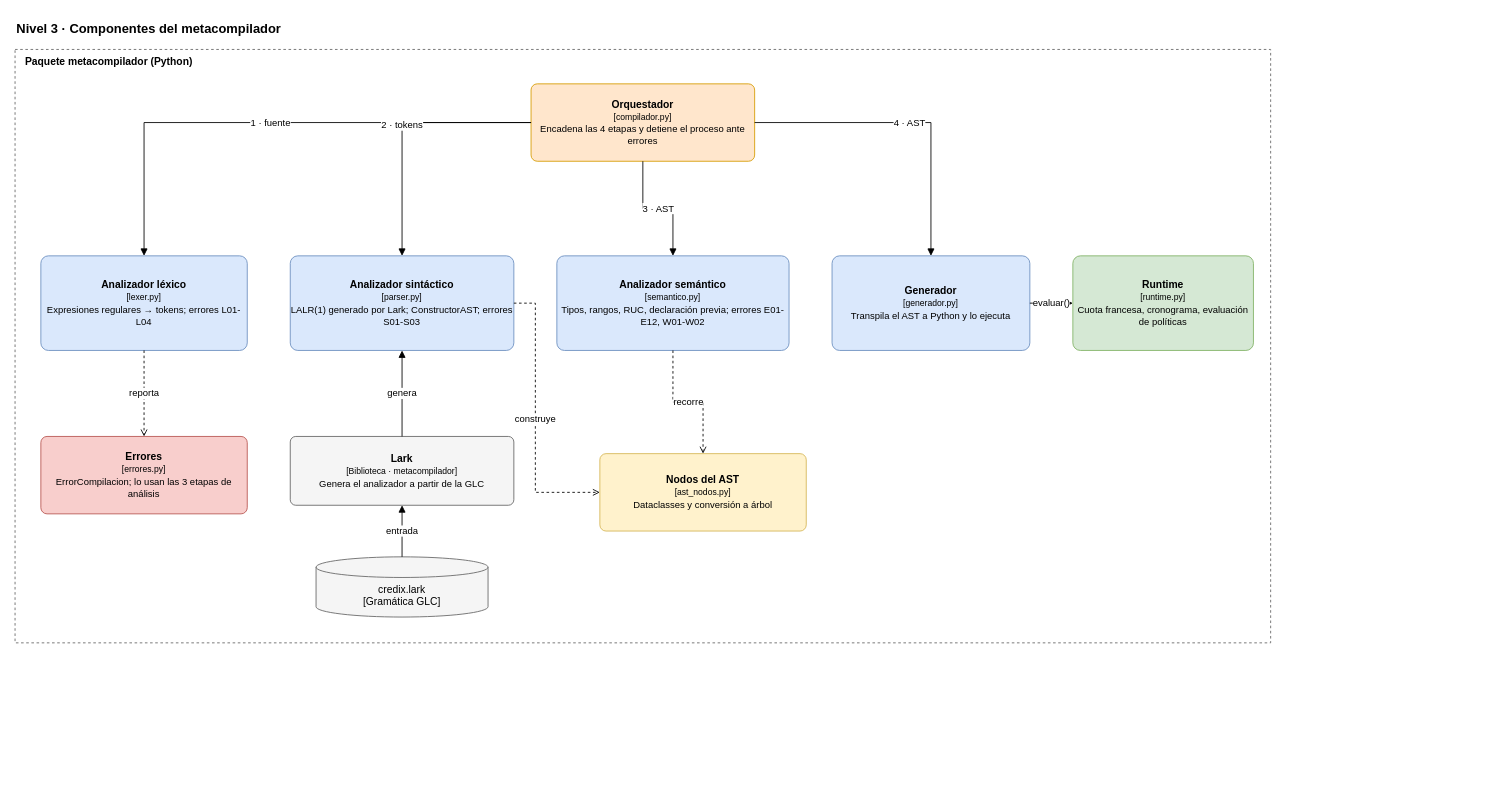
Above: docs/diagramas/arquitectura_n3_componentes.drawio in straytg/S14_ACT_COMPILADORES (draw.io), before the change. Source tidied: cells renumbered, new cells numbered last; positions are measured from the earlier drawing's top-left corner, leaving out a move shared by most shapes. Both pictures are drawn from the tidied source at 86%, with x=0, y=0 at pixel (15, 15).
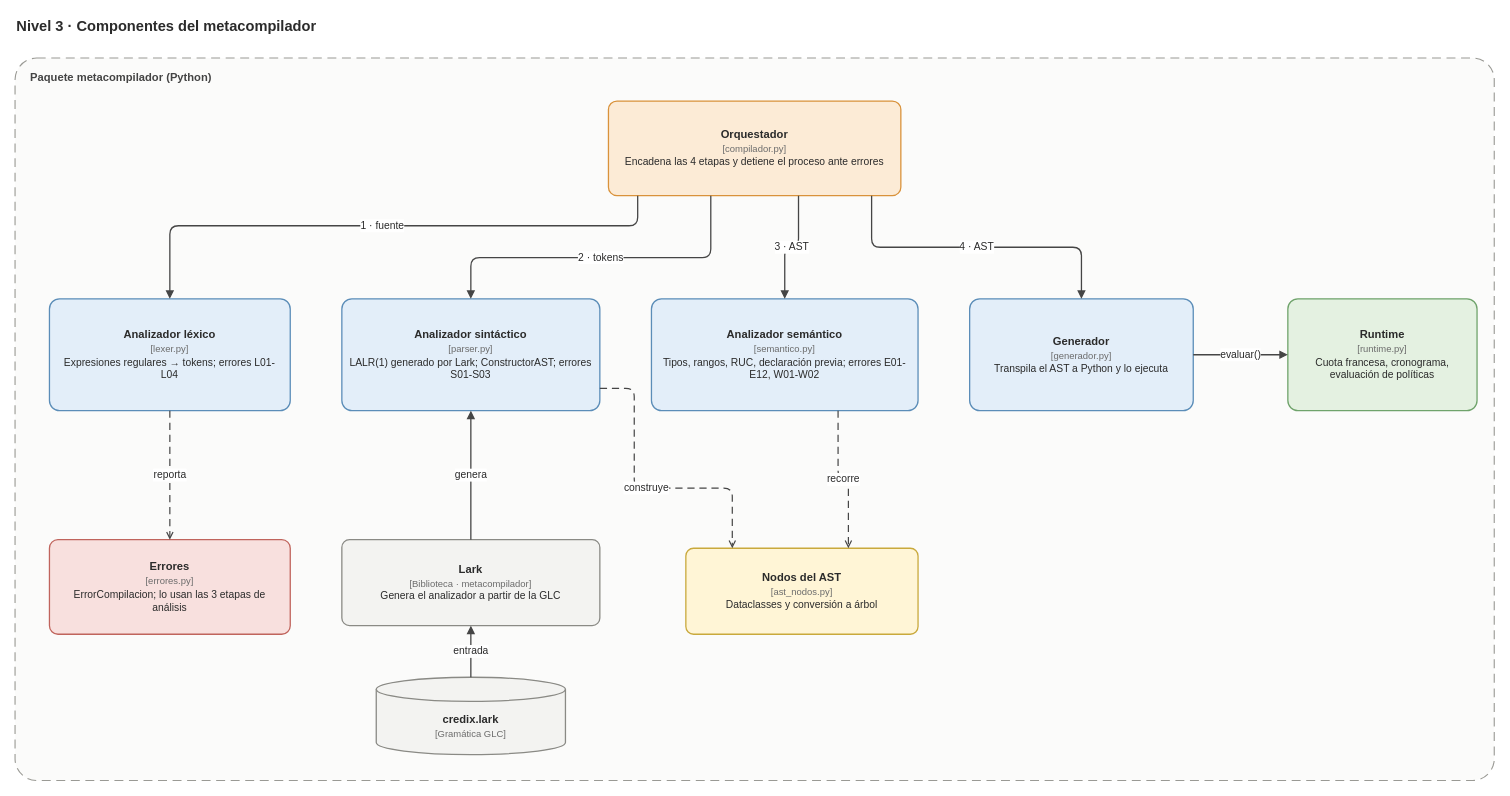
After the change.

The edit, as a diff of the source:
```diff
@@
-    <mxCell id="2" value="Nivel 3 · Componentes del metacompilador" style="whiteSpace=wrap;html=1;fontFamily=Helvetica;fontSize=12;text;strokeColor=none;fillColor=none;align=left;verticalAlign=top;fontStyle=1;fontSize=15;" parent="1" vertex="1">
-      <mxGeometry width="800" height="26" as="geometry" />
+    <mxCell id="2" value="Nivel 3 · Componentes del metacompilador" style="text;html=1;strokeColor=none;fillColor=none;align=left;verticalAlign=middle;whiteSpace=wrap;fontFamily=Helvetica;fontColor=#2b2b2b;fontStyle=1;fontSize=17;" parent="1" vertex="1">
+      <mxGeometry width="1000" height="28" as="geometry" />
     </mxCell>
-    <mxCell id="3" value="Paquete metacompilador (Python)" style="whiteSpace=wrap;html=1;fontFamily=Helvetica;fontSize=12;rounded=0;dashed=1;fillColor=none;strokeColor=#666666;verticalAlign=top;align=left;spacingLeft=10;fontStyle=1;" parent="1" vertex="1">
-      <mxGeometry y="40" width="1460" height="690" as="geometry" />
+    <mxCell id="3" value="Paquete metacompilador (Python)" style="rounded=1;arcSize=3;dashed=1;dashPattern=8 5;strokeWidth=1.3;fillColor=#FBFBFA;strokeColor=#9a9a95;verticalAlign=top;align=left;spacingLeft=16;spacingTop=8;fontStyle=1;fontSize=13;html=1;fontFamily=Helvetica;fontColor=#444444;" parent="1" vertex="1">
+      <mxGeometry y="50" width="1720" height="840" as="geometry" />
     </mxCell>
-    <mxCell id="4" value="&lt;b&gt;Orquestador&lt;/b&gt;&lt;br&gt;&lt;font style='font-size:10px'&gt;[compilador.py]&lt;/font&gt;&lt;br&gt;&lt;font style='font-size:11px'&gt;Encadena las 4 etapas y detiene el proceso ante errores&lt;/font&gt;" style="whiteSpace=wrap;html=1;fontFamily=Helvetica;fontSize=12;fillColor=#ffe6cc;strokeColor=#d79b00;rounded=1;arcSize=8;" parent="1" vertex="1">
-      <mxGeometry x="600" y="80" width="260" height="90" as="geometry" />
+    <mxCell id="4" value="&lt;b&gt;Orquestador&lt;/b&gt;&lt;br&gt;&lt;font style='font-size:11px;color:#6b6b6b'&gt;[compilador.py]&lt;/font&gt;&lt;br&gt;&lt;font style='font-size:12px'&gt;Encadena las 4 etapas y detiene el proceso ante errores&lt;/font&gt;" style="rounded=1;arcSize=9;strokeWidth=1.5;html=1;whiteSpace=wrap;fontFamily=Helvetica;fontSize=13;fontColor=#2b2b2b;spacing=10;fillColor=#FCEBD6;strokeColor=#D9923B;" parent="1" vertex="1">
+      <mxGeometry x="690" y="100" width="340" height="110" as="geometry" />
     </mxCell>
-    <mxCell id="5" value="&lt;b&gt;Analizador léxico&lt;/b&gt;&lt;br&gt;&lt;font style='font-size:10px'&gt;[lexer.py]&lt;/font&gt;&lt;br&gt;&lt;font style='font-size:11px'&gt;Expresiones regulares → tokens; errores L01-L04&lt;/font&gt;" style="whiteSpace=wrap;html=1;fontFamily=Helvetica;fontSize=12;fillColor=#dae8fc;strokeColor=#6c8ebf;rounded=1;arcSize=8;" parent="1" vertex="1">
-      <mxGeometry x="30" y="280" width="240" height="110" as="geometry" />
+    <mxCell id="5" value="&lt;b&gt;Analizador léxico&lt;/b&gt;&lt;br&gt;&lt;font style='font-size:11px;color:#6b6b6b'&gt;[lexer.py]&lt;/font&gt;&lt;br&gt;&lt;font style='font-size:12px'&gt;Expresiones regulares → tokens; errores L01-L04&lt;/font&gt;" style="rounded=1;arcSize=9;strokeWidth=1.5;html=1;whiteSpace=wrap;fontFamily=Helvetica;fontSize=13;fontColor=#2b2b2b;spacing=10;fillColor=#E3EEF9;strokeColor=#5B8DB8;" parent="1" vertex="1">
+      <mxGeometry x="40" y="330" width="280" height="130" as="geometry" />
     </mxCell>
-    <mxCell id="6" value="&lt;b&gt;Analizador sintáctico&lt;/b&gt;&lt;br&gt;&lt;font style='font-size:10px'&gt;[parser.py]&lt;/font&gt;&lt;br&gt;&lt;font style='font-size:11px'&gt;LALR(1) generado por Lark; ConstructorAST; errores S01-S03&lt;/font&gt;" style="whiteSpace=wrap;html=1;fontFamily=Helvetica;fontSize=12;fillColor=#dae8fc;strokeColor=#6c8ebf;rounded=1;arcSize=8;" parent="1" vertex="1">
-      <mxGeometry x="320" y="280" width="260" height="110" as="geometry" />
+    <mxCell id="6" value="&lt;b&gt;Analizador sintáctico&lt;/b&gt;&lt;br&gt;&lt;font style='font-size:11px;color:#6b6b6b'&gt;[parser.py]&lt;/font&gt;&lt;br&gt;&lt;font style='font-size:12px'&gt;LALR(1) generado por Lark; ConstructorAST; errores S01-S03&lt;/font&gt;" style="rounded=1;arcSize=9;strokeWidth=1.5;html=1;whiteSpace=wrap;fontFamily=Helvetica;fontSize=13;fontColor=#2b2b2b;spacing=10;fillColor=#E3EEF9;strokeColor=#5B8DB8;" parent="1" vertex="1">
+      <mxGeometry x="380" y="330" width="300" height="130" as="geometry" />
     </mxCell>
-    <mxCell id="7" value="&lt;b&gt;Analizador semántico&lt;/b&gt;&lt;br&gt;&lt;font style='font-size:10px'&gt;[semantico.py]&lt;/font&gt;&lt;br&gt;&lt;font style='font-size:11px'&gt;Tipos, rangos, RUC, declaración previa; errores E01-E12, W01-W02&lt;/font&gt;" style="whiteSpace=wrap;html=1;fontFamily=Helvetica;fontSize=12;fillColor=#dae8fc;strokeColor=#6c8ebf;rounded=1;arcSize=8;" parent="1" vertex="1">
-      <mxGeometry x="630" y="280" width="270" height="110" as="geometry" />
+    <mxCell id="7" value="&lt;b&gt;Analizador semántico&lt;/b&gt;&lt;br&gt;&lt;font style='font-size:11px;color:#6b6b6b'&gt;[semantico.py]&lt;/font&gt;&lt;br&gt;&lt;font style='font-size:12px'&gt;Tipos, rangos, RUC, declaración previa; errores E01-E12, W01-W02&lt;/font&gt;" style="rounded=1;arcSize=9;strokeWidth=1.5;html=1;whiteSpace=wrap;fontFamily=Helvetica;fontSize=13;fontColor=#2b2b2b;spacing=10;fillColor=#E3EEF9;strokeColor=#5B8DB8;" parent="1" vertex="1">
+      <mxGeometry x="740" y="330" width="310" height="130" as="geometry" />
     </mxCell>
-    <mxCell id="8" value="&lt;b&gt;Generador&lt;/b&gt;&lt;br&gt;&lt;font style='font-size:10px'&gt;[generador.py]&lt;/font&gt;&lt;br&gt;&lt;font style='font-size:11px'&gt;Transpila el AST a Python y lo ejecuta&lt;/font&gt;" style="whiteSpace=wrap;html=1;fontFamily=Helvetica;fontSize=12;fillColor=#dae8fc;strokeColor=#6c8ebf;rounded=1;arcSize=8;" parent="1" vertex="1">
-      <mxGeometry x="950" y="280" width="230" height="110" as="geometry" />
+    <mxCell id="8" value="&lt;b&gt;Generador&lt;/b&gt;&lt;br&gt;&lt;font style='font-size:11px;color:#6b6b6b'&gt;[generador.py]&lt;/font&gt;&lt;br&gt;&lt;font style='font-size:12px'&gt;Transpila el AST a Python y lo ejecuta&lt;/font&gt;" style="rounded=1;arcSize=9;strokeWidth=1.5;html=1;whiteSpace=wrap;fontFamily=Helvetica;fontSize=13;fontColor=#2b2b2b;spacing=10;fillColor=#E3EEF9;strokeColor=#5B8DB8;" parent="1" vertex="1">
+      <mxGeometry x="1110" y="330" width="260" height="130" as="geometry" />
     </mxCell>
-    <mxCell id="9" value="&lt;b&gt;Runtime&lt;/b&gt;&lt;br&gt;&lt;font style='font-size:10px'&gt;[runtime.py]&lt;/font&gt;&lt;br&gt;&lt;font style='font-size:11px'&gt;Cuota francesa, cronograma, evaluación de políticas&lt;/font&gt;" style="whiteSpace=wrap;html=1;fontFamily=Helvetica;fontSize=12;fillColor=#d5e8d4;strokeColor=#82b366;rounded=1;arcSize=8;" parent="1" vertex="1">
-      <mxGeometry x="1230" y="280" width="210" height="110" as="geometry" />
+    <mxCell id="9" value="&lt;b&gt;Runtime&lt;/b&gt;&lt;br&gt;&lt;font style='font-size:11px;color:#6b6b6b'&gt;[runtime.py]&lt;/font&gt;&lt;br&gt;&lt;font style='font-size:12px'&gt;Cuota francesa, cronograma, evaluación de políticas&lt;/font&gt;" style="rounded=1;arcSize=9;strokeWidth=1.5;html=1;whiteSpace=wrap;fontFamily=Helvetica;fontSize=13;fontColor=#2b2b2b;spacing=10;fillColor=#E4F1E1;strokeColor=#6FA36B;" parent="1" vertex="1">
+      <mxGeometry x="1480" y="330" width="220" height="130" as="geometry" />
     </mxCell>
-    <mxCell id="10" value="credix.lark&lt;br&gt;[Gramática GLC]" style="whiteSpace=wrap;html=1;fontFamily=Helvetica;fontSize=12;fillColor=#f5f5f5;strokeColor=#666666;shape=cylinder3;boundedLbl=1;backgroundOutline=1;size=12;" parent="1" vertex="1">
-      <mxGeometry x="350" y="630" width="200" height="70" as="geometry" />
+    <mxCell id="10" value="&lt;b&gt;Errores&lt;/b&gt;&lt;br&gt;&lt;font style='font-size:11px;color:#6b6b6b'&gt;[errores.py]&lt;/font&gt;&lt;br&gt;&lt;font style='font-size:12px'&gt;ErrorCompilacion; lo usan las 3 etapas de análisis&lt;/font&gt;" style="rounded=1;arcSize=9;strokeWidth=1.5;html=1;whiteSpace=wrap;fontFamily=Helvetica;fontSize=13;fontColor=#2b2b2b;spacing=10;fillColor=#F8E0DE;strokeColor=#C0645C;" parent="1" vertex="1">
+      <mxGeometry x="40" y="610" width="280" height="110" as="geometry" />
     </mxCell>
-    <mxCell id="11" value="&lt;b&gt;Lark&lt;/b&gt;&lt;br&gt;&lt;font style='font-size:10px'&gt;[Biblioteca · metacompilador]&lt;/font&gt;&lt;br&gt;&lt;font style='font-size:11px'&gt;Genera el analizador a partir de la GLC&lt;/font&gt;" style="whiteSpace=wrap;html=1;fontFamily=Helvetica;fontSize=12;fillColor=#f5f5f5;strokeColor=#666666;rounded=1;arcSize=8;" parent="1" vertex="1">
-      <mxGeometry x="320" y="490" width="260" height="80" as="geometry" />
+    <mxCell id="11" value="&lt;b&gt;Lark&lt;/b&gt;&lt;br&gt;&lt;font style='font-size:11px;color:#6b6b6b'&gt;[Biblioteca · metacompilador]&lt;/font&gt;&lt;br&gt;&lt;font style='font-size:12px'&gt;Genera el analizador a partir de la GLC&lt;/font&gt;" style="rounded=1;arcSize=9;strokeWidth=1.5;html=1;whiteSpace=wrap;fontFamily=Helvetica;fontSize=13;fontColor=#2b2b2b;spacing=10;fillColor=#F3F3F1;strokeColor=#8A8A85;" parent="1" vertex="1">
+      <mxGeometry x="380" y="610" width="300" height="100" as="geometry" />
     </mxCell>
-    <mxCell id="12" value="&lt;b&gt;Nodos del AST&lt;/b&gt;&lt;br&gt;&lt;font style='font-size:10px'&gt;[ast_nodos.py]&lt;/font&gt;&lt;br&gt;&lt;font style='font-size:11px'&gt;Dataclasses y conversión a árbol&lt;/font&gt;" style="whiteSpace=wrap;html=1;fontFamily=Helvetica;fontSize=12;fillColor=#fff2cc;strokeColor=#d6b656;rounded=1;arcSize=8;" parent="1" vertex="1">
-      <mxGeometry x="680" y="510" width="240" height="90" as="geometry" />
+    <mxCell id="12" value="&lt;b&gt;credix.lark&lt;/b&gt;&lt;br&gt;&lt;font style='font-size:11px;color:#6b6b6b'&gt;[Gramática GLC]&lt;/font&gt;" style="shape=cylinder3;boundedLbl=1;backgroundOutline=1;size=14;strokeWidth=1.5;html=1;whiteSpace=wrap;fontFamily=Helvetica;fontSize=13;fontColor=#2b2b2b;spacing=8;fillColor=#F3F3F1;strokeColor=#8A8A85;" parent="1" vertex="1">
+      <mxGeometry x="420" y="770" width="220" height="90" as="geometry" />
     </mxCell>
-    <mxCell id="13" value="&lt;b&gt;Errores&lt;/b&gt;&lt;br&gt;&lt;font style='font-size:10px'&gt;[errores.py]&lt;/font&gt;&lt;br&gt;&lt;font style='font-size:11px'&gt;ErrorCompilacion; lo usan las 3 etapas de análisis&lt;/font&gt;" style="whiteSpace=wrap;html=1;fontFamily=Helvetica;fontSize=12;fillColor=#f8cecc;strokeColor=#b85450;rounded=1;arcSize=8;" parent="1" vertex="1">
-      <mxGeometry x="30" y="490" width="240" height="90" as="geometry" />
+    <mxCell id="13" value="&lt;b&gt;Nodos del AST&lt;/b&gt;&lt;br&gt;&lt;font style='font-size:11px;color:#6b6b6b'&gt;[ast_nodos.py]&lt;/font&gt;&lt;br&gt;&lt;font style='font-size:12px'&gt;Dataclasses y conversión a árbol&lt;/font&gt;" style="rounded=1;arcSize=9;strokeWidth=1.5;html=1;whiteSpace=wrap;fontFamily=Helvetica;fontSize=13;fontColor=#2b2b2b;spacing=10;fillColor=#FFF5D6;strokeColor=#C9A93C;" parent="1" vertex="1">
+      <mxGeometry x="780" y="620" width="270" height="100" as="geometry" />
     </mxCell>
-    <mxCell id="14" value="1 · fuente" style="html=1;fontFamily=Helvetica;fontSize=11;endArrow=block;endFill=1;edgeStyle=orthogonalEdgeStyle;rounded=0;" parent="1" edge="1" source="4" target="5">
-      <mxGeometry relative="1" as="geometry" />
+    <mxCell id="14" value="1 · fuente" style="html=1;fontFamily=Helvetica;fontSize=12;fontColor=#2b2b2b;labelBackgroundColor=#ffffff;endArrow=block;endFill=1;strokeWidth=1.5;strokeColor=#454545;edgeStyle=orthogonalEdgeStyle;rounded=1;curved=0;exitX=0.1;exitY=1;entryX=0.5;entryY=0;" parent="1" edge="1" source="4" target="5">
+      <mxGeometry relative="1" as="geometry">
+        <Array as="points">
+          <mxPoint x="724" y="245" />
+          <mxPoint x="180" y="245" />
+        </Array>
+      </mxGeometry>
     </mxCell>
-    <mxCell id="15" value="2 · tokens" style="html=1;fontFamily=Helvetica;fontSize=11;endArrow=block;endFill=1;edgeStyle=orthogonalEdgeStyle;rounded=0;" parent="1" edge="1" source="4" target="6">
-      <mxGeometry relative="1" as="geometry" />
+    <mxCell id="15" value="2 · tokens" style="html=1;fontFamily=Helvetica;fontSize=12;fontColor=#2b2b2b;labelBackgroundColor=#ffffff;endArrow=block;endFill=1;strokeWidth=1.5;strokeColor=#454545;edgeStyle=orthogonalEdgeStyle;rounded=1;curved=0;exitX=0.35;exitY=1;entryX=0.5;entryY=0;" parent="1" edge="1" source="4" target="6">
+      <mxGeometry relative="1" as="geometry">
+        <Array as="points">
+          <mxPoint x="809" y="282" />
+          <mxPoint x="530" y="282" />
+        </Array>
+      </mxGeometry>
     </mxCell>
-    <mxCell id="16" value="3 · AST" style="html=1;fontFamily=Helvetica;fontSize=11;endArrow=block;endFill=1;edgeStyle=orthogonalEdgeStyle;rounded=0;" parent="1" edge="1" source="4" target="7">
+    <mxCell id="16" value="3 · AST" style="html=1;fontFamily=Helvetica;fontSize=12;fontColor=#2b2b2b;labelBackgroundColor=#ffffff;endArrow=block;endFill=1;strokeWidth=1.5;strokeColor=#454545;edgeStyle=orthogonalEdgeStyle;rounded=1;curved=0;exitX=0.65;exitY=1;entryX=0.5;entryY=0;" parent="1" edge="1" source="4" target="7">
       <mxGeometry relative="1" as="geometry" />
     </mxCell>
-    <mxCell id="17" value="4 · AST" style="html=1;fontFamily=Helvetica;fontSize=11;endArrow=block;endFill=1;edgeStyle=orthogonalEdgeStyle;rounded=0;" parent="1" edge="1" source="4" target="8">
+    <mxCell id="17" value="4 · AST" style="html=1;fontFamily=Helvetica;fontSize=12;fontColor=#2b2b2b;labelBackgroundColor=#ffffff;endArrow=block;endFill=1;strokeWidth=1.5;strokeColor=#454545;edgeStyle=orthogonalEdgeStyle;rounded=1;curved=0;exitX=0.9;exitY=1;entryX=0.5;entryY=0;" parent="1" edge="1" source="4" target="8">
       <mxGeometry relative="1" as="geometry" />
     </mxCell>
-    <mxCell id="18" value="evaluar()" style="html=1;fontFamily=Helvetica;fontSize=11;endArrow=block;endFill=1;edgeStyle=orthogonalEdgeStyle;rounded=0;" parent="1" edge="1" source="8" target="9">
+    <mxCell id="18" value="evaluar()" style="html=1;fontFamily=Helvetica;fontSize=12;fontColor=#2b2b2b;labelBackgroundColor=#ffffff;endArrow=block;endFill=1;strokeWidth=1.5;strokeColor=#454545;exitX=1;exitY=0.5;entryX=0;entryY=0.5;" parent="1" edge="1" source="8" target="9">
       <mxGeometry relative="1" as="geometry" />
     </mxCell>
-    <mxCell id="19" value="genera" style="html=1;fontFamily=Helvetica;fontSize=11;endArrow=block;endFill=1;edgeStyle=orthogonalEdgeStyle;rounded=0;exitX=0.5;exitY=0;entryX=0.5;entryY=1;" parent="1" edge="1" source="11" target="6">
+    <mxCell id="19" value="genera" style="html=1;fontFamily=Helvetica;fontSize=12;fontColor=#2b2b2b;labelBackgroundColor=#ffffff;endArrow=block;endFill=1;strokeWidth=1.5;strokeColor=#454545;exitX=0.5;exitY=0;entryX=0.5;entryY=1;" parent="1" edge="1" source="11" target="6">
       <mxGeometry relative="1" as="geometry" />
     </mxCell>
-    <mxCell id="20" value="entrada" style="html=1;fontFamily=Helvetica;fontSize=11;endArrow=block;endFill=1;edgeStyle=orthogonalEdgeStyle;rounded=0;exitX=0.5;exitY=0;entryX=0.5;entryY=1;" parent="1" edge="1" source="10" target="11">
+    <mxCell id="20" value="entrada" style="html=1;fontFamily=Helvetica;fontSize=12;fontColor=#2b2b2b;labelBackgroundColor=#ffffff;endArrow=block;endFill=1;strokeWidth=1.5;strokeColor=#454545;exitX=0.5;exitY=0;entryX=0.5;entryY=1;" parent="1" edge="1" source="12" target="11">
       <mxGeometry relative="1" as="geometry" />
     </mxCell>
-    <mxCell id="21" value="construye" style="html=1;fontFamily=Helvetica;fontSize=11;endArrow=block;endFill=1;dashed=1;endArrow=open;endFill=0;edgeStyle=orthogonalEdgeStyle;rounded=0;exitX=1;exitY=0.5;entryX=0;entryY=0.5;" parent="1" edge="1" source="6" target="12">
+    <mxCell id="21" value="construye" style="html=1;fontFamily=Helvetica;fontSize=12;fontColor=#2b2b2b;labelBackgroundColor=#ffffff;dashed=1;dashPattern=6 4;endArrow=open;endFill=0;strokeWidth=1.4;strokeColor=#454545;edgeStyle=orthogonalEdgeStyle;rounded=1;curved=0;exitX=1;exitY=0.8;entryX=0.2;entryY=0;" parent="1" edge="1" source="6" target="13">
       <mxGeometry relative="1" as="geometry">
         <Array as="points">
-          <mxPoint x="605" y="335" />
-          <mxPoint x="605" y="555" />
+          <mxPoint x="720" y="434" />
+          <mxPoint x="720" y="550" />
+          <mxPoint x="834" y="550" />
         </Array>
       </mxGeometry>
     </mxCell>
-    <mxCell id="22" value="recorre" style="html=1;fontFamily=Helvetica;fontSize=11;endArrow=block;endFill=1;dashed=1;endArrow=open;endFill=0;edgeStyle=orthogonalEdgeStyle;rounded=0;exitX=0.5;exitY=1;entryX=0.5;entryY=0;" parent="1" edge="1" source="7" target="12">
+    <mxCell id="22" value="recorre" style="html=1;fontFamily=Helvetica;fontSize=12;fontColor=#2b2b2b;labelBackgroundColor=#ffffff;dashed=1;dashPattern=6 4;endArrow=open;endFill=0;strokeWidth=1.4;strokeColor=#454545;edgeStyle=orthogonalEdgeStyle;rounded=1;curved=0;exitX=0.7;exitY=1;entryX=0.7;entryY=0;" parent="1" edge="1" source="7" target="13">
       <mxGeometry relative="1" as="geometry" />
     </mxCell>
-    <mxCell id="23" value="reporta" style="html=1;fontFamily=Helvetica;fontSize=11;endArrow=block;endFill=1;dashed=1;endArrow=open;endFill=0;edgeStyle=orthogonalEdgeStyle;rounded=0;exitX=0.5;exitY=1;entryX=0.5;entryY=0;" parent="1" edge="1" source="5" target="13">
+    <mxCell id="23" value="reporta" style="html=1;fontFamily=Helvetica;fontSize=12;fontColor=#2b2b2b;labelBackgroundColor=#ffffff;dashed=1;dashPattern=6 4;endArrow=open;endFill=0;strokeWidth=1.4;strokeColor=#454545;exitX=0.5;exitY=1;entryX=0.5;entryY=0;" parent="1" edge="1" source="5" target="10">
       <mxGeometry relative="1" as="geometry" />
     </mxCell>
```
